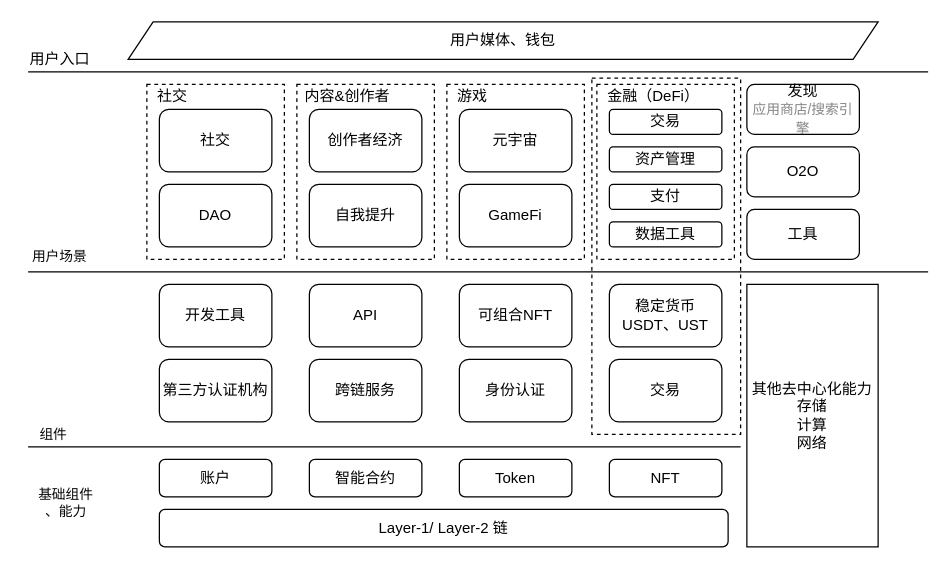
Before: Web3_0.drawio in rangerTao/DrawBackup, a draw.io diagram. Source tidied: cells renumbered, new cells numbered last; positions are measured from the earlier drawing's top-left corner, leaving out a move shared by most shapes. Both pictures are drawn from the tidied source at 125%, with x=0, y=0 at pixel (21, 21).
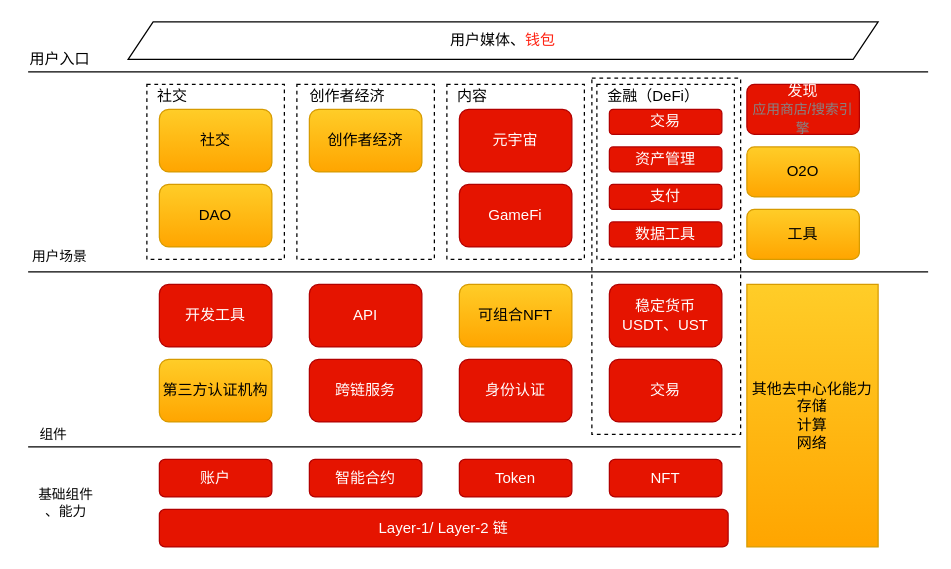
The same page after the edit.

Change to the diagram source:
```diff
@@
-    <mxCell id="5" value="用户媒体、钱包" style="shape=parallelogram;perimeter=parallelogramPerimeter;whiteSpace=wrap;html=1;fixedSize=1;" parent="1" vertex="1">
+    <mxCell id="5" value="用户媒体、&lt;font color=&quot;#ff2414&quot;&gt;钱包&lt;/font&gt;" style="shape=parallelogram;perimeter=parallelogramPerimeter;whiteSpace=wrap;html=1;fixedSize=1;" parent="1" vertex="1">
       <mxGeometry x="85" width="600" height="30" as="geometry" />
     </mxCell>
@@
-    <mxCell id="8" value="社交" style="rounded=1;whiteSpace=wrap;html=1;" parent="1" vertex="1">
+    <mxCell id="8" value="社交" style="rounded=1;whiteSpace=wrap;html=1;fillColor=#ffcd28;strokeColor=#d79b00;gradientColor=#ffa500;" parent="1" vertex="1">
       <mxGeometry x="110" y="70" width="90" height="50" as="geometry" />
     </mxCell>
-    <mxCell id="9" value="DAO" style="rounded=1;whiteSpace=wrap;html=1;" parent="1" vertex="1">
+    <mxCell id="9" value="DAO" style="rounded=1;whiteSpace=wrap;html=1;fillColor=#ffcd28;strokeColor=#d79b00;gradientColor=#ffa500;" parent="1" vertex="1">
       <mxGeometry x="110" y="130" width="90" height="50" as="geometry" />
     </mxCell>
@@
-    <mxCell id="11" value="内容&amp;amp;创作者" style="text;html=1;align=center;verticalAlign=middle;strokeColor=none;fillColor=none;" parent="1" vertex="1">
+    <mxCell id="11" value="创作者经济" style="text;html=1;align=center;verticalAlign=middle;strokeColor=none;fillColor=none;" parent="1" vertex="1">
       <mxGeometry x="220" y="50" width="80" height="20" as="geometry" />
     </mxCell>
-    <mxCell id="12" value="创作者经济" style="rounded=1;whiteSpace=wrap;html=1;" parent="1" vertex="1">
+    <mxCell id="12" value="创作者经济" style="rounded=1;whiteSpace=wrap;html=1;fillColor=#ffcd28;strokeColor=#d79b00;gradientColor=#ffa500;" parent="1" vertex="1">
       <mxGeometry x="230" y="70" width="90" height="50" as="geometry" />
     </mxCell>
-    <mxCell id="13" value="自我提升" style="rounded=1;whiteSpace=wrap;html=1;" parent="1" vertex="1">
-      <mxGeometry x="230" y="130" width="90" height="50" as="geometry" />
-    </mxCell>
@@
-    <mxCell id="15" value="游戏" style="text;html=1;align=center;verticalAlign=middle;strokeColor=none;fillColor=none;" parent="1" vertex="1">
+    <mxCell id="15" value="内容" style="text;html=1;align=center;verticalAlign=middle;strokeColor=none;fillColor=none;" parent="1" vertex="1">
       <mxGeometry x="340" y="50" width="40" height="20" as="geometry" />
     </mxCell>
-    <mxCell id="16" value="元宇宙" style="rounded=1;whiteSpace=wrap;html=1;" parent="1" vertex="1">
+    <mxCell id="16" value="元宇宙" style="rounded=1;whiteSpace=wrap;html=1;fillColor=#e51400;strokeColor=#B20000;fontColor=#ffffff;" parent="1" vertex="1">
       <mxGeometry x="350" y="70" width="90" height="50" as="geometry" />
     </mxCell>
-    <mxCell id="17" value="GameFi" style="rounded=1;whiteSpace=wrap;html=1;" parent="1" vertex="1">
+    <mxCell id="17" value="GameFi" style="rounded=1;whiteSpace=wrap;html=1;fillColor=#e51400;strokeColor=#B20000;fontColor=#ffffff;" parent="1" vertex="1">
       <mxGeometry x="350" y="130" width="90" height="50" as="geometry" />
     </mxCell>
@@
-    <mxCell id="20" value="交易" style="rounded=1;whiteSpace=wrap;html=1;" parent="1" vertex="1">
+    <mxCell id="20" value="交易" style="rounded=1;whiteSpace=wrap;html=1;fillColor=#e51400;strokeColor=#B20000;fontColor=#ffffff;" parent="1" vertex="1">
       <mxGeometry x="470" y="70" width="90" height="20" as="geometry" />
     </mxCell>
-    <mxCell id="21" value="资产管理" style="rounded=1;whiteSpace=wrap;html=1;" parent="1" vertex="1">
+    <mxCell id="21" value="资产管理" style="rounded=1;whiteSpace=wrap;html=1;fillColor=#e51400;strokeColor=#B20000;fontColor=#ffffff;" parent="1" vertex="1">
       <mxGeometry x="470" y="100" width="90" height="20" as="geometry" />
     </mxCell>
-    <mxCell id="22" value="支付" style="rounded=1;whiteSpace=wrap;html=1;" parent="1" vertex="1">
+    <mxCell id="22" value="支付" style="rounded=1;whiteSpace=wrap;html=1;fillColor=#e51400;strokeColor=#B20000;fontColor=#ffffff;" parent="1" vertex="1">
       <mxGeometry x="470" y="130" width="90" height="20" as="geometry" />
     </mxCell>
-    <mxCell id="23" value="数据工具" style="rounded=1;whiteSpace=wrap;html=1;" parent="1" vertex="1">
+    <mxCell id="23" value="数据工具" style="rounded=1;whiteSpace=wrap;html=1;fillColor=#e51400;strokeColor=#B20000;fontColor=#ffffff;" parent="1" vertex="1">
       <mxGeometry x="470" y="160" width="90" height="20" as="geometry" />
     </mxCell>
-    <mxCell id="24" value="发现&lt;br&gt;&lt;font style=&quot;font-size: 11px&quot; color=&quot;#858585&quot;&gt;应用商店/搜索引擎&lt;/font&gt;" style="rounded=1;whiteSpace=wrap;html=1;" parent="1" vertex="1">
+    <mxCell id="24" value="发现&lt;br&gt;&lt;font style=&quot;font-size: 11px&quot; color=&quot;#858585&quot;&gt;应用商店/搜索引擎&lt;/font&gt;" style="rounded=1;whiteSpace=wrap;html=1;fillColor=#e51400;strokeColor=#B20000;fontColor=#ffffff;" parent="1" vertex="1">
       <mxGeometry x="580" y="50" width="90" height="40" as="geometry" />
     </mxCell>
-    <mxCell id="25" value="O2O" style="rounded=1;whiteSpace=wrap;html=1;" parent="1" vertex="1">
+    <mxCell id="25" value="O2O" style="rounded=1;whiteSpace=wrap;html=1;fillColor=#ffcd28;strokeColor=#d79b00;gradientColor=#ffa500;" parent="1" vertex="1">
       <mxGeometry x="580" y="100" width="90" height="40" as="geometry" />
     </mxCell>
-    <mxCell id="26" value="工具" style="rounded=1;whiteSpace=wrap;html=1;" parent="1" vertex="1">
+    <mxCell id="26" value="工具" style="rounded=1;whiteSpace=wrap;html=1;fillColor=#ffcd28;strokeColor=#d79b00;gradientColor=#ffa500;" parent="1" vertex="1">
       <mxGeometry x="580" y="150" width="90" height="40" as="geometry" />
     </mxCell>
@@
-    <mxCell id="29" value="开发工具" style="rounded=1;whiteSpace=wrap;html=1;sketch=0;" parent="1" vertex="1">
+    <mxCell id="29" value="开发工具" style="rounded=1;whiteSpace=wrap;html=1;sketch=0;fillColor=#e51400;strokeColor=#B20000;fontColor=#ffffff;" parent="1" vertex="1">
       <mxGeometry x="110" y="210" width="90" height="50" as="geometry" />
     </mxCell>
-    <mxCell id="30" value="API" style="rounded=1;whiteSpace=wrap;html=1;sketch=0;" parent="1" vertex="1">
+    <mxCell id="30" value="API" style="rounded=1;whiteSpace=wrap;html=1;sketch=0;fillColor=#e51400;strokeColor=#B20000;fontColor=#ffffff;" parent="1" vertex="1">
       <mxGeometry x="230" y="210" width="90" height="50" as="geometry" />
     </mxCell>
-    <mxCell id="31" value="可组合NFT" style="rounded=1;whiteSpace=wrap;html=1;sketch=0;" parent="1" vertex="1">
+    <mxCell id="31" value="可组合NFT" style="rounded=1;whiteSpace=wrap;html=1;sketch=0;fillColor=#ffcd28;strokeColor=#d79b00;gradientColor=#ffa500;" parent="1" vertex="1">
       <mxGeometry x="350" y="210" width="90" height="50" as="geometry" />
     </mxCell>
-    <mxCell id="32" value="稳定货币&lt;br&gt;USDT、UST" style="rounded=1;whiteSpace=wrap;html=1;sketch=0;" parent="1" vertex="1">
+    <mxCell id="32" value="稳定货币&lt;br&gt;USDT、UST" style="rounded=1;whiteSpace=wrap;html=1;sketch=0;fillColor=#e51400;strokeColor=#B20000;fontColor=#ffffff;" parent="1" vertex="1">
       <mxGeometry x="470" y="210" width="90" height="50" as="geometry" />
     </mxCell>
-    <mxCell id="33" value="第三方认证机构" style="rounded=1;whiteSpace=wrap;html=1;sketch=0;" parent="1" vertex="1">
+    <mxCell id="33" value="第三方认证机构" style="rounded=1;whiteSpace=wrap;html=1;sketch=0;fillColor=#ffcd28;strokeColor=#d79b00;gradientColor=#ffa500;" parent="1" vertex="1">
       <mxGeometry x="110" y="270" width="90" height="50" as="geometry" />
     </mxCell>
-    <mxCell id="34" value="跨链服务" style="rounded=1;whiteSpace=wrap;html=1;sketch=0;" parent="1" vertex="1">
+    <mxCell id="34" value="跨链服务" style="rounded=1;whiteSpace=wrap;html=1;sketch=0;fillColor=#e51400;strokeColor=#B20000;fontColor=#ffffff;" parent="1" vertex="1">
       <mxGeometry x="230" y="270" width="90" height="50" as="geometry" />
     </mxCell>
-    <mxCell id="35" value="身份认证" style="rounded=1;whiteSpace=wrap;html=1;sketch=0;" parent="1" vertex="1">
+    <mxCell id="35" value="身份认证" style="rounded=1;whiteSpace=wrap;html=1;sketch=0;fillColor=#e51400;strokeColor=#B20000;fontColor=#ffffff;" parent="1" vertex="1">
       <mxGeometry x="350" y="270" width="90" height="50" as="geometry" />
     </mxCell>
-    <mxCell id="36" value="交易" style="rounded=1;whiteSpace=wrap;html=1;sketch=0;" parent="1" vertex="1">
+    <mxCell id="36" value="交易" style="rounded=1;whiteSpace=wrap;html=1;sketch=0;fillColor=#e51400;strokeColor=#B20000;fontColor=#ffffff;" parent="1" vertex="1">
       <mxGeometry x="470" y="270" width="90" height="50" as="geometry" />
     </mxCell>
@@
-    <mxCell id="39" value="其他去中心化能力&lt;br&gt;存储&lt;br&gt;计算&lt;br&gt;网络" style="rounded=0;whiteSpace=wrap;html=1;sketch=0;" parent="1" vertex="1">
+    <mxCell id="39" value="其他去中心化能力&lt;br&gt;存储&lt;br&gt;计算&lt;br&gt;网络" style="rounded=0;whiteSpace=wrap;html=1;sketch=0;fillColor=#ffcd28;strokeColor=#d79b00;gradientColor=#ffa500;" parent="1" vertex="1">
       <mxGeometry x="580" y="210" width="105" height="210" as="geometry" />
     </mxCell>
@@
-    <mxCell id="41" value="Layer-1/ Layer-2 链" style="rounded=1;whiteSpace=wrap;html=1;sketch=0;" parent="1" vertex="1">
+    <mxCell id="41" value="Layer-1/ Layer-2 链" style="rounded=1;whiteSpace=wrap;html=1;sketch=0;fillColor=#e51400;strokeColor=#B20000;fontColor=#ffffff;" parent="1" vertex="1">
       <mxGeometry x="110" y="390" width="455" height="30" as="geometry" />
     </mxCell>
-    <mxCell id="42" value="NFT" style="rounded=1;whiteSpace=wrap;html=1;sketch=0;" parent="1" vertex="1">
+    <mxCell id="42" value="NFT" style="rounded=1;whiteSpace=wrap;html=1;sketch=0;fillColor=#e51400;strokeColor=#B20000;fontColor=#ffffff;" parent="1" vertex="1">
       <mxGeometry x="470" y="350" width="90" height="30" as="geometry" />
     </mxCell>
-    <mxCell id="43" value="Token" style="rounded=1;whiteSpace=wrap;html=1;sketch=0;" parent="1" vertex="1">
+    <mxCell id="43" value="Token" style="rounded=1;whiteSpace=wrap;html=1;sketch=0;fillColor=#e51400;strokeColor=#B20000;fontColor=#ffffff;" parent="1" vertex="1">
       <mxGeometry x="350" y="350" width="90" height="30" as="geometry" />
     </mxCell>
-    <mxCell id="44" value="智能合约" style="rounded=1;whiteSpace=wrap;html=1;sketch=0;" parent="1" vertex="1">
+    <mxCell id="44" value="智能合约" style="rounded=1;whiteSpace=wrap;html=1;sketch=0;fillColor=#e51400;strokeColor=#B20000;fontColor=#ffffff;" parent="1" vertex="1">
       <mxGeometry x="230" y="350" width="90" height="30" as="geometry" />
     </mxCell>
-    <mxCell id="45" value="账户" style="rounded=1;whiteSpace=wrap;html=1;sketch=0;" parent="1" vertex="1">
+    <mxCell id="45" value="账户" style="rounded=1;whiteSpace=wrap;html=1;sketch=0;fillColor=#e51400;strokeColor=#B20000;fontColor=#ffffff;" parent="1" vertex="1">
       <mxGeometry x="110" y="350" width="90" height="30" as="geometry" />
     </mxCell>
```
